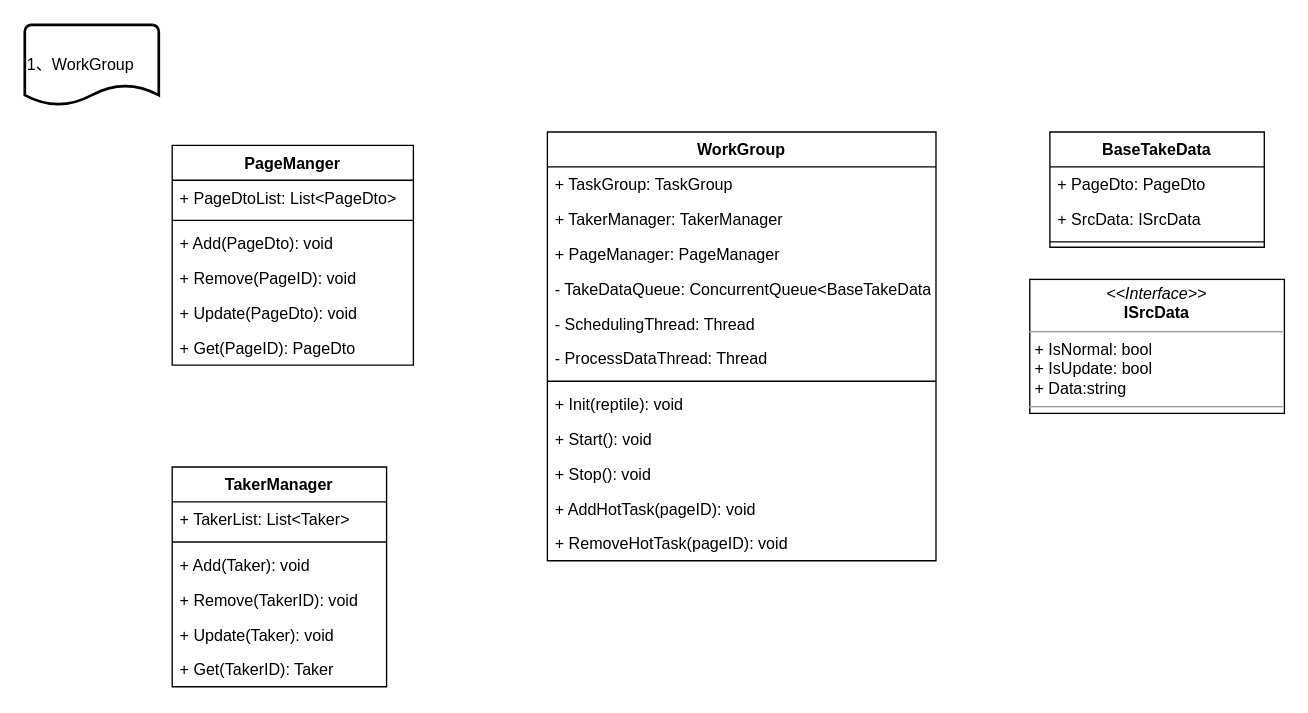
This is page "任务分组控制模块" (5 of 9) of Designs.drawio from AugustusGao/CommonReptile, a draw.io file, before an edit. Source tidied: cells renumbered, new cells numbered last; positions are measured from the earlier drawing's top-left corner, leaving out a move shared by most shapes. Both pictures are drawn from the tidied source at 134%, with x=0, y=0 at pixel (24, 24).
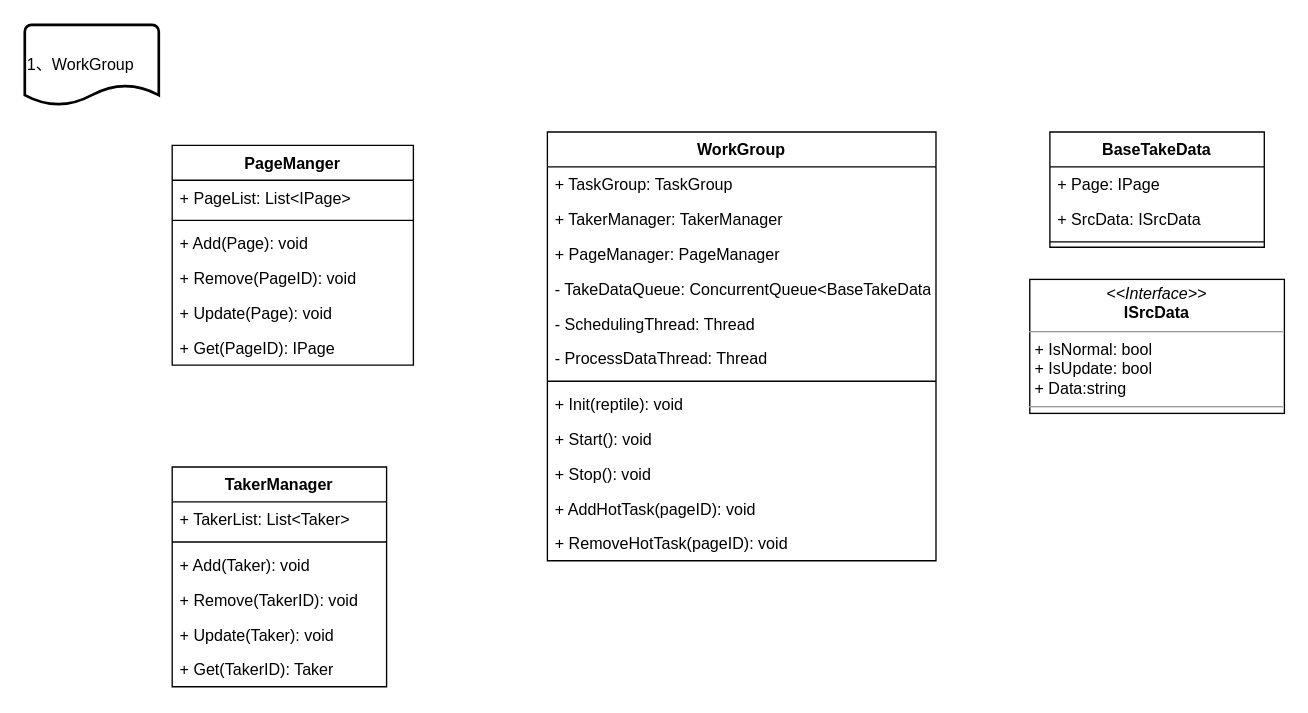
The same diagram, later.

Commit message (it also covers changes not shown here):
PageDto Change IPage

Unchanged cells that the change refers to:
```xml
<mxCell id="30" value="BaseTakeData" style="swimlane;fontStyle=1;align=center;verticalAlign=top;horizontal=1;startSize=26;" parent="1" vertex="1">
  <mxGeometry x="765" y="80" width="160" height="86" as="geometry" />
</mxCell>
```

Change to the diagram source:
```diff
@@
-    <mxCell id="3" value="PageManger" style="swimlane;fontStyle=1;align=center;verticalAlign=top;horizontal=1;startSize=26;" parent="1" vertex="1">
-      <mxGeometry x="110" y="90" width="180" height="164" as="geometry" />
-    </mxCell>
-    <mxCell id="4" value="+ PageDtoList: List&lt;PageDto&gt;" style="text;strokeColor=none;fillColor=none;align=left;verticalAlign=top;spacingLeft=4;spacingRight=4;overflow=hidden;" parent="3" vertex="1">
-      <mxGeometry y="26" width="180" height="26" as="geometry" />
-    </mxCell>
-    <mxCell id="5" style="line;strokeWidth=1;fillColor=none;align=left;verticalAlign=middle;spacingTop=-1;spacingLeft=3;spacingRight=3;labelPosition=right;" parent="3" vertex="1">
-      <mxGeometry y="52" width="180" height="8" as="geometry" />
-    </mxCell>
-    <mxCell id="6" value="+ Add(PageDto): void" style="text;strokeColor=none;fillColor=none;align=left;verticalAlign=top;spacingLeft=4;spacingRight=4;overflow=hidden;" parent="3" vertex="1">
-      <mxGeometry y="60" width="180" height="26" as="geometry" />
-    </mxCell>
-    <mxCell id="7" value="+ Remove(PageID): void" style="text;strokeColor=none;fillColor=none;align=left;verticalAlign=top;spacingLeft=4;spacingRight=4;overflow=hidden;" parent="3" vertex="1">
-      <mxGeometry y="86" width="180" height="26" as="geometry" />
-    </mxCell>
-    <mxCell id="8" value="+ Update(PageDto): void" style="text;strokeColor=none;fillColor=none;align=left;verticalAlign=top;spacingLeft=4;spacingRight=4;overflow=hidden;" parent="3" vertex="1">
-      <mxGeometry y="112" width="180" height="26" as="geometry" />
-    </mxCell>
-    <mxCell id="9" value="+ Get(PageID): PageDto" style="text;strokeColor=none;fillColor=none;align=left;verticalAlign=top;spacingLeft=4;spacingRight=4;overflow=hidden;" parent="3" vertex="1">
-      <mxGeometry y="138" width="180" height="26" as="geometry" />
-    </mxCell>
@@
-    <mxCell id="31" value="+ PageDto: PageDto" style="text;strokeColor=none;fillColor=none;align=left;verticalAlign=top;spacingLeft=4;spacingRight=4;overflow=hidden;" parent="30" vertex="1">
+    <mxCell id="31" value="+ Page: IPage" style="text;strokeColor=none;fillColor=none;align=left;verticalAlign=top;spacingLeft=4;spacingRight=4;overflow=hidden;" parent="30" vertex="1">
       <mxGeometry y="26" width="160" height="26" as="geometry" />
     </mxCell>
@@
+    <mxCell id="3" value="PageManger" style="swimlane;fontStyle=1;align=center;verticalAlign=top;horizontal=1;startSize=26;" parent="1" vertex="1">
+      <mxGeometry x="110" y="90" width="180" height="164" as="geometry" />
+    </mxCell>
+    <mxCell id="35" value="+ PageList: List&lt;IPage&gt;" style="text;strokeColor=none;fillColor=none;align=left;verticalAlign=top;spacingLeft=4;spacingRight=4;overflow=hidden;" parent="3" vertex="1">
+      <mxGeometry y="26" width="180" height="26" as="geometry" />
+    </mxCell>
+    <mxCell id="5" style="line;strokeWidth=1;fillColor=none;align=left;verticalAlign=middle;spacingTop=-1;spacingLeft=3;spacingRight=3;labelPosition=right;" parent="3" vertex="1">
+      <mxGeometry y="52" width="180" height="8" as="geometry" />
+    </mxCell>
+    <mxCell id="36" value="+ Add(Page): void" style="text;strokeColor=none;fillColor=none;align=left;verticalAlign=top;spacingLeft=4;spacingRight=4;overflow=hidden;" parent="3" vertex="1">
+      <mxGeometry y="60" width="180" height="26" as="geometry" />
+    </mxCell>
+    <mxCell id="7" value="+ Remove(PageID): void" style="text;strokeColor=none;fillColor=none;align=left;verticalAlign=top;spacingLeft=4;spacingRight=4;overflow=hidden;" parent="3" vertex="1">
+      <mxGeometry y="86" width="180" height="26" as="geometry" />
+    </mxCell>
+    <mxCell id="37" value="+ Update(Page): void" style="text;strokeColor=none;fillColor=none;align=left;verticalAlign=top;spacingLeft=4;spacingRight=4;overflow=hidden;" parent="3" vertex="1">
+      <mxGeometry y="112" width="180" height="26" as="geometry" />
+    </mxCell>
+    <mxCell id="38" value="+ Get(PageID): IPage" style="text;strokeColor=none;fillColor=none;align=left;verticalAlign=top;spacingLeft=4;spacingRight=4;overflow=hidden;" parent="3" vertex="1">
+      <mxGeometry y="138" width="180" height="26" as="geometry" />
+    </mxCell>
```
